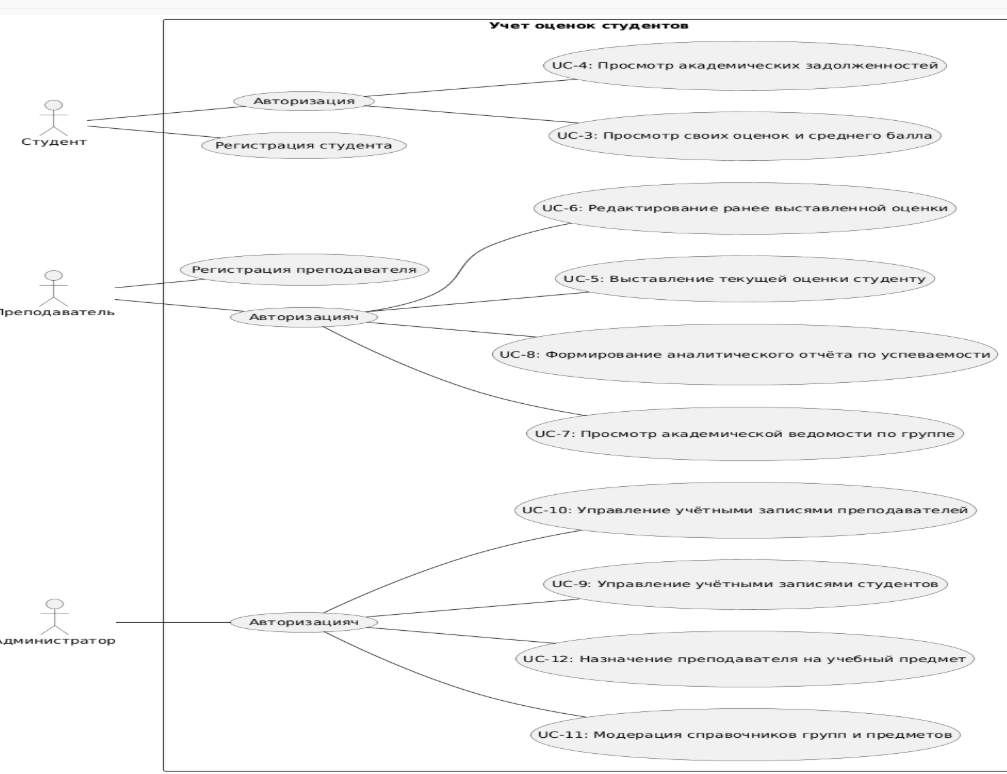
This is docs/diagrams/UseCase.png from himera200/students-grades-project, a PlantUML export, as it was before one commit. Its source is kept beside it as docs/diagrams/UseCase.plantuml.
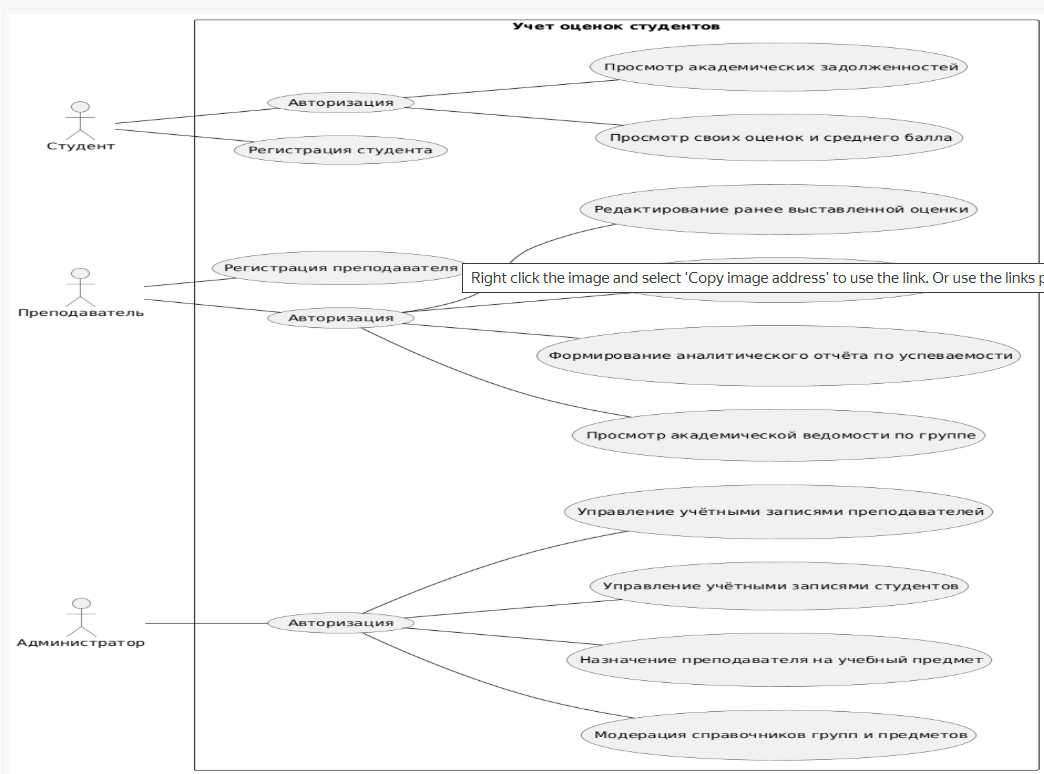
The same diagram one commit later.

Commit message:
Fix: Исправление от преподавателя

Diff of the diagram source:
```diff
@@ -11,22 +11,22 @@
     usecase "Регистрация преподавателя" as UC_RegTeacher
 
     usecase "Авторизация" as UC_LoginStudent
-    usecase "Авторизацияч" as UC_LoginTeacher
-    usecase "Авторизацияч" as UC_LoginAdmin
+    usecase "Авторизация" as UC_LoginTeacher
+    usecase "Авторизация" as UC_LoginAdmin
 
-    usecase "UC-3: Просмотр своих оценок и среднего балла" as UC_ViewGrades
-    usecase "UC-4: Просмотр академических задолженностей" as UC_ViewDebts
+    usecase " Просмотр своих оценок и среднего балла" as UC_ViewGrades
+    usecase " Просмотр академических задолженностей" as UC_ViewDebts
 
 
-    usecase "UC-5: Выставление текущей оценки студенту" as UC_AddGrade
-    usecase "UC-6: Редактирование ранее выставленной оценки" as UC_EditGrade
-    usecase "UC-7: Просмотр академической ведомости по группе" as UC_ViewGroupW
-    usecase "UC-8: Формирование аналитического отчёта по успеваемости" as UC_ReportGroup
+    usecase " Выставление текущей оценки студенту" as UC_AddGrade
+    usecase " Редактирование ранее выставленной оценки" as UC_EditGrade
+    usecase " Просмотр академической ведомости по группе" as UC_ViewGroupW
+    usecase " Формирование аналитического отчёта по успеваемости" as UC_ReportGroup
 
-    usecase "UC-9: Управление учётными записями студентов" as UC_ManageStudents
-    usecase "UC-10: Управление учётными записями преподавателей" as UC_ManageTeachers
-    usecase "UC-11: Модерация справочников групп и предметов" as UC_ManageRefs
-    usecase "UC-12: Назначение преподавателя на учебный предмет" as UC_AssignTeacher
+    usecase " Управление учётными записями студентов" as UC_ManageStudents
+    usecase " Управление учётными записями преподавателей" as UC_ManageTeachers
+    usecase " Модерация справочников групп и предметов" as UC_ManageRefs
+    usecase " Назначение преподавателя на учебный предмет" as UC_AssignTeacher
 }
 
 Student -- UC_RegStudent
```
